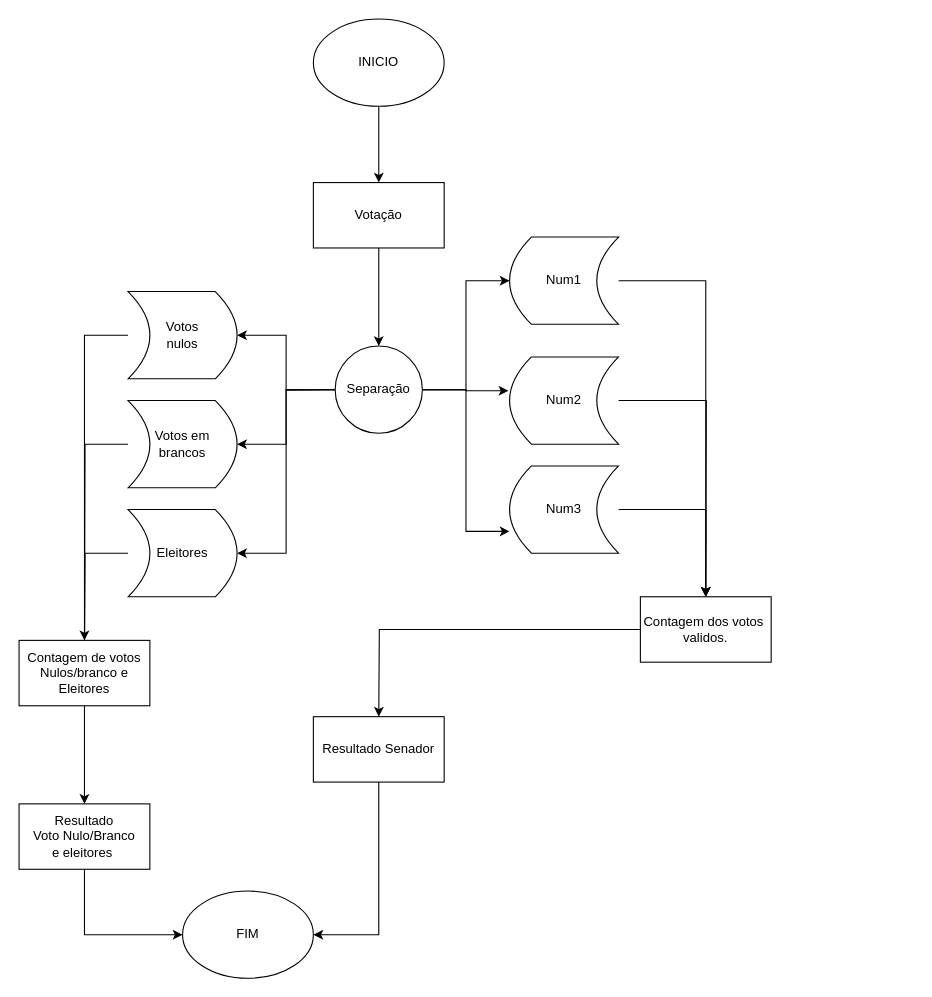
Earlier version of the draw.io diagram Diagrama sem nome.drawio (Niel0000/aprendizagem). Source tidied: cells renumbered, new cells numbered last; positions are measured from the earlier drawing's top-left corner, leaving out a move shared by most shapes. Both pictures are drawn from the tidied source at 109%, with x=0, y=0 at pixel (19, 19).
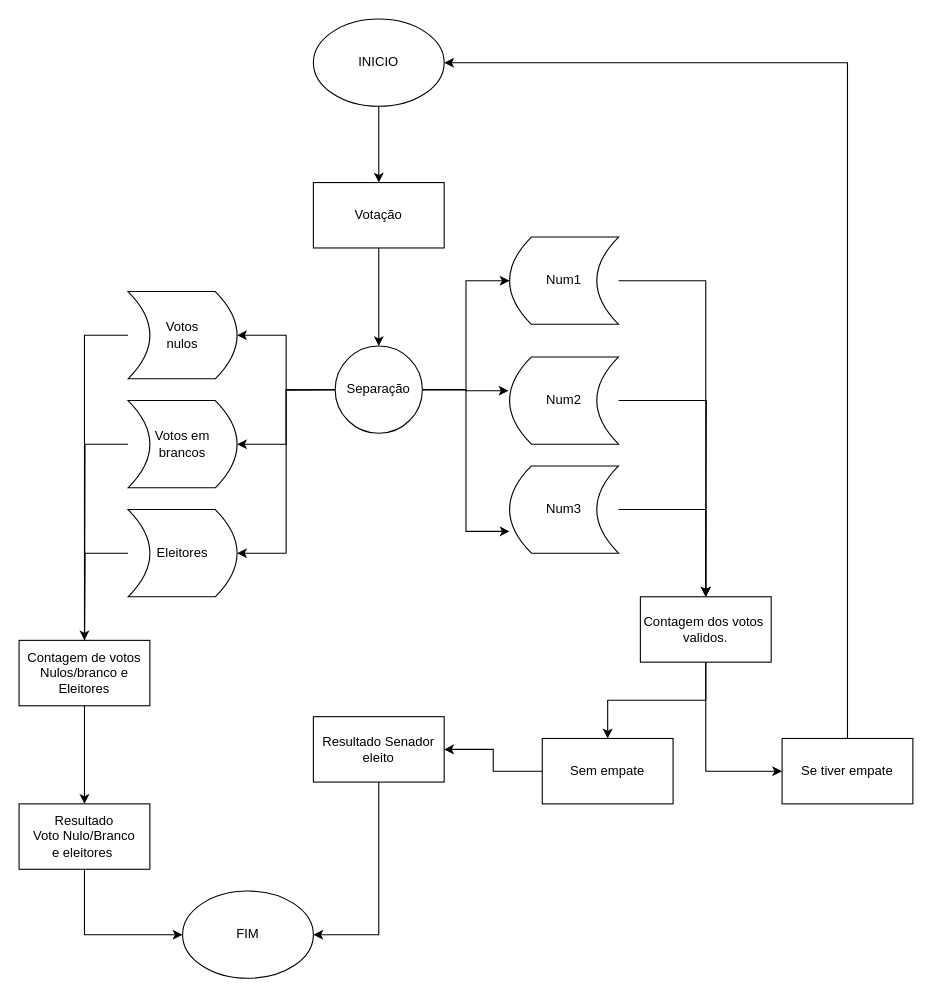
The same page after the edit.

Unchanged cells that the change refers to:
```xml
<mxCell id="3" value="INICIO" style="ellipse;whiteSpace=wrap;html=1;" parent="1" vertex="1">
  <mxGeometry x="270" width="120" height="80" as="geometry" />
</mxCell>
<mxCell id="26" value="Contagem dos votos&amp;nbsp;&lt;div&gt;validos.&lt;/div&gt;" style="rounded=0;whiteSpace=wrap;html=1;" parent="1" vertex="1">
  <mxGeometry x="570" y="530" width="120" height="60" as="geometry" />
</mxCell>
```

The edit, as a diff of the source:
```diff
@@
-    <mxCell id="25" style="edgeStyle=orthogonalEdgeStyle;rounded=0;jettySize=auto;html=1;exitX=0;exitY=0.5;exitDx=0;exitDy=0;" parent="1" edge="1" source="26">
-      <mxGeometry relative="1" as="geometry">
-        <mxPoint x="330" y="640" as="targetPoint" />
-      </mxGeometry>
-    </mxCell>
+    <mxCell id="34" style="edgeStyle=orthogonalEdgeStyle;rounded=0;jettySize=auto;html=1;exitX=0.5;exitY=1;exitDx=0;exitDy=0;entryX=0.5;entryY=0;entryDx=0;entryDy=0;" parent="1" edge="1" source="26" target="39">
+      <mxGeometry relative="1" as="geometry" />
+    </mxCell>
+    <mxCell id="35" style="edgeStyle=orthogonalEdgeStyle;rounded=0;jettySize=auto;html=1;exitX=0.5;exitY=1;exitDx=0;exitDy=0;entryX=0;entryY=0.5;entryDx=0;entryDy=0;" parent="1" edge="1" source="26" target="37">
+      <mxGeometry relative="1" as="geometry" />
+    </mxCell>
@@
-    <mxCell id="30" value="Resultado Senador" style="rounded=0;whiteSpace=wrap;html=1;" parent="1" vertex="1">
+    <mxCell id="30" value="Resultado Senador&lt;div&gt;eleito&lt;/div&gt;" style="rounded=0;whiteSpace=wrap;html=1;" parent="1" vertex="1">
       <mxGeometry x="270" y="640" width="120" height="60" as="geometry" />
     </mxCell>
@@
+    <mxCell id="36" style="edgeStyle=orthogonalEdgeStyle;rounded=0;jettySize=auto;html=1;exitX=0.5;exitY=0;exitDx=0;exitDy=0;entryX=1;entryY=0.5;entryDx=0;entryDy=0;" parent="1" edge="1" source="37" target="3">
+      <mxGeometry relative="1" as="geometry" />
+    </mxCell>
+    <mxCell id="37" value="Se tiver empate" style="rounded=0;whiteSpace=wrap;html=1;" parent="1" vertex="1">
+      <mxGeometry x="700" y="660" width="120" height="60" as="geometry" />
+    </mxCell>
+    <mxCell id="38" style="edgeStyle=orthogonalEdgeStyle;rounded=0;jettySize=auto;html=1;exitX=0;exitY=0.5;exitDx=0;exitDy=0;entryX=1;entryY=0.5;entryDx=0;entryDy=0;" parent="1" edge="1" source="39" target="30">
+      <mxGeometry relative="1" as="geometry" />
+    </mxCell>
+    <mxCell id="39" value="Sem empate" style="rounded=0;whiteSpace=wrap;html=1;" parent="1" vertex="1">
+      <mxGeometry x="480" y="660" width="120" height="60" as="geometry" />
+    </mxCell>
```
